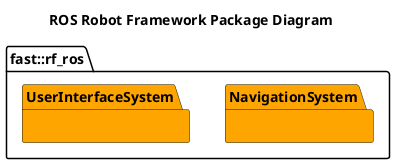
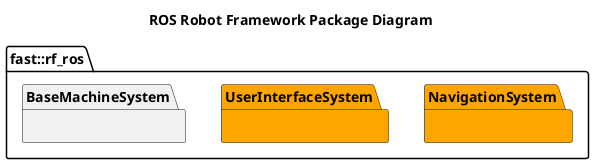
@startuml
title ROS Robot Framework Package Diagram
namespace fast::rf_ros {
    namespace NavigationSystem #Orange {

    }
    namespace UserInterfaceSystem #Orange {

    }
+     namespace BaseMachineSystem {
+ 
+     }
}
@enduml